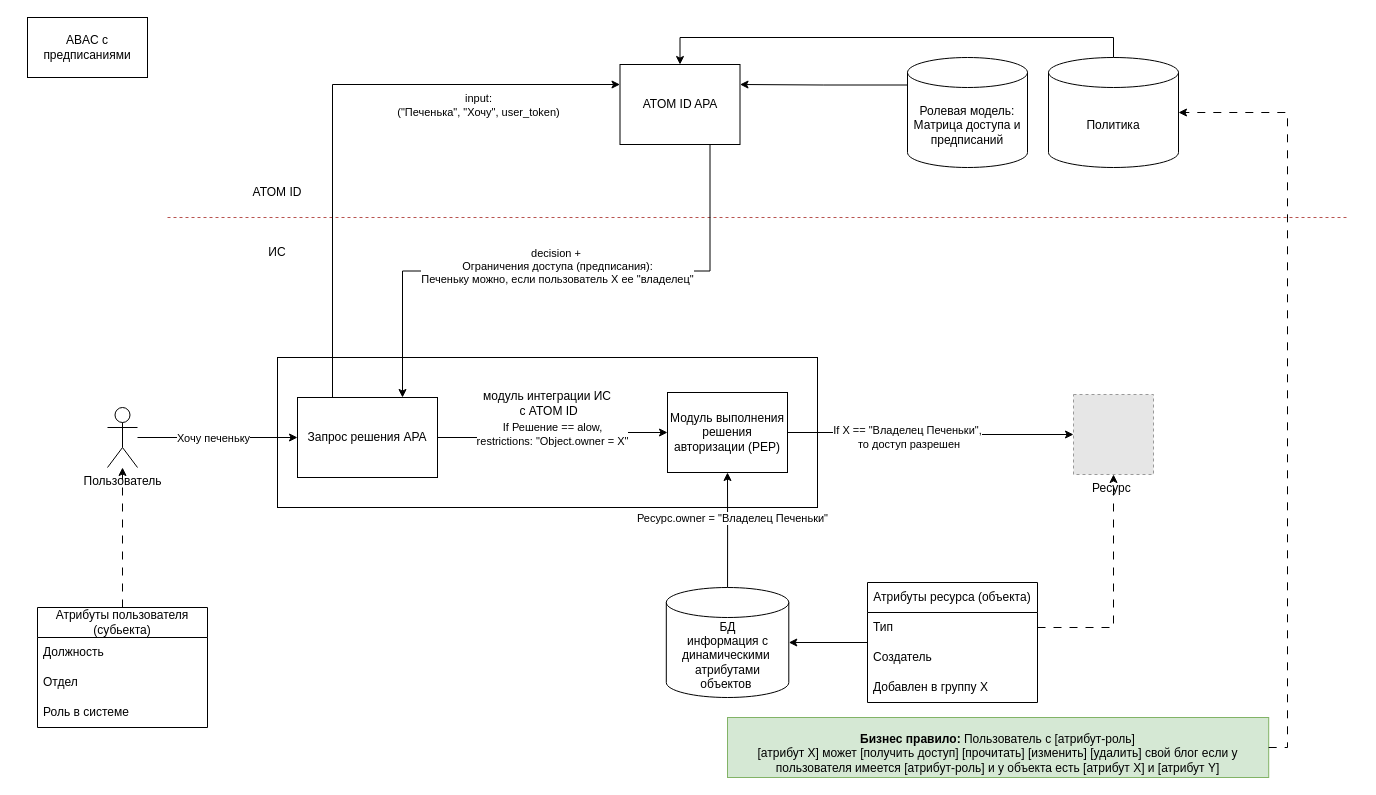
This is page "АРХ.AUTHZ.2" (2 of 4) of AppSec/Арх.паттерны.drawio from FIR-UIII/notes, a draw.io file, before an edit. Source tidied: cells renumbered, new cells numbered last; positions are measured from the earlier drawing's top-left corner, leaving out a move shared by most shapes. Both pictures are drawn from the tidied source at 100%, with x=0, y=0 at pixel (27, 17). Pictures stored in the file or linked from it are replaced by grey dashed boxes.
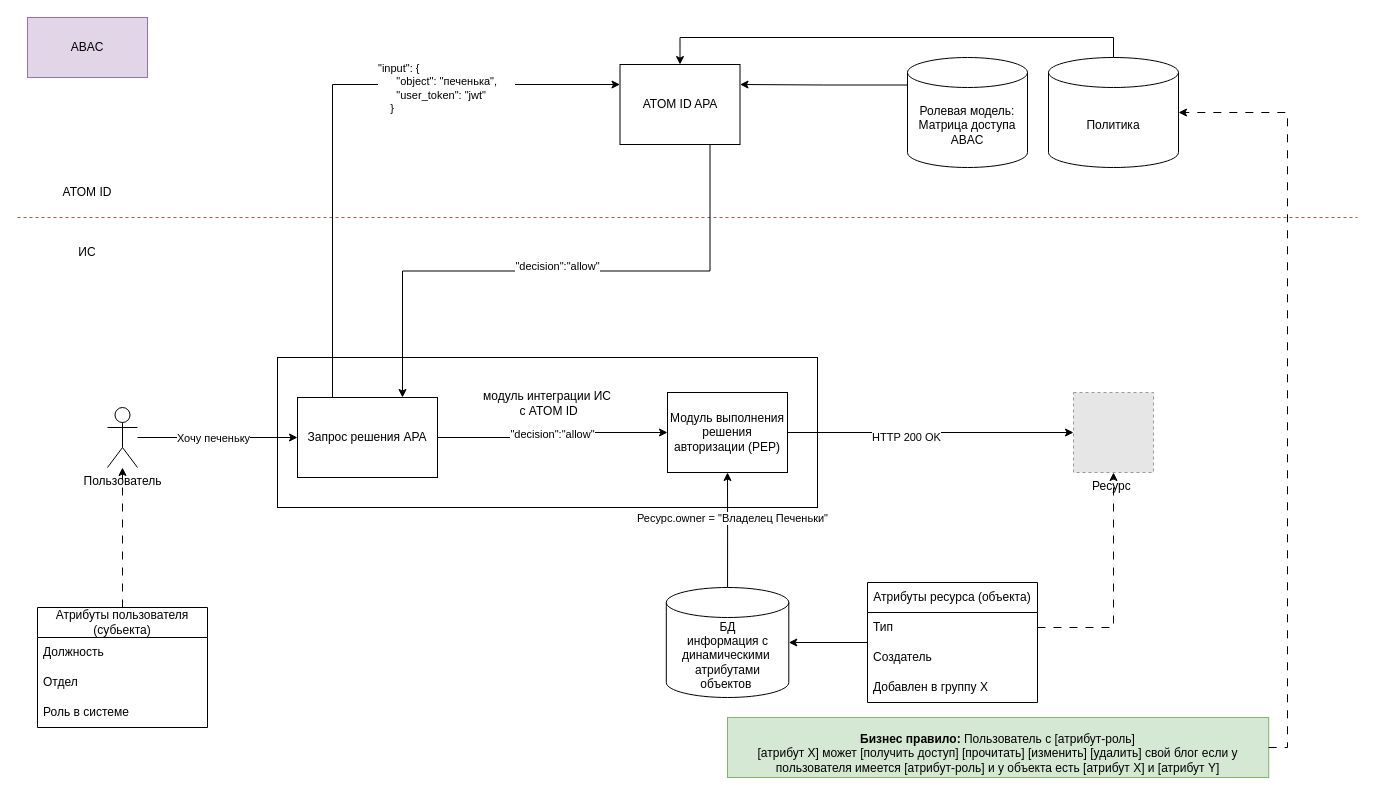
The same diagram, later.

The change refers to these unchanged cells:
```xml
<mxCell id="5" style="edgeStyle=orthogonalEdgeStyle;rounded=0;jettySize=auto;html=1;entryX=0;entryY=0.25;entryDx=0;entryDy=0;exitX=0.25;exitY=0;exitDx=0;exitDy=0;" parent="1" edge="1" source="32" target="10">
  <mxGeometry relative="1" as="geometry" />
</mxCell>
<mxCell id="7" value="Модуль выполнения решения авторизации (&lt;span style=&quot;background-color: initial;&quot;&gt;PEP)&lt;/span&gt;" style="rounded=0;whiteSpace=wrap;html=1;" parent="1" vertex="1">
  <mxGeometry x="640" y="375" width="120" height="80" as="geometry" />
</mxCell>
<mxCell id="8" style="edgeStyle=orthogonalEdgeStyle;rounded=0;jettySize=auto;html=1;exitX=0.75;exitY=1;exitDx=0;exitDy=0;entryX=0.75;entryY=0;entryDx=0;entryDy=0;" parent="1" edge="1" source="10" target="32">
  <mxGeometry relative="1" as="geometry" />
</mxCell>
<mxCell id="14" style="edgeStyle=orthogonalEdgeStyle;rounded=0;jettySize=auto;html=1;exitX=1;exitY=0.5;exitDx=0;exitDy=0;entryX=0;entryY=0.5;entryDx=0;entryDy=0;" parent="1" edge="1" source="7" target="16">
  <mxGeometry relative="1" as="geometry" />
</mxCell>
<mxCell id="32" value="Запрос решения APA" style="rounded=0;whiteSpace=wrap;html=1;" parent="1" vertex="1">
  <mxGeometry x="270" y="380" width="140" height="80" as="geometry" />
</mxCell>
```

What changed in the source:
```diff
@@
     <mxCell id="4" style="endArrow=none;dashed=1;html=1;rounded=0;fillColor=#f8cecc;strokeColor=#b85450;" parent="1" edge="1">
       <mxGeometry relative="1" as="geometry">
-        <mxPoint x="140" y="200" as="sourcePoint" />
-        <mxPoint x="1320" y="200" as="targetPoint" />
+        <mxPoint x="-10" y="200" as="sourcePoint" />
+        <mxPoint x="1330" y="200" as="targetPoint" />
       </mxGeometry>
     </mxCell>
@@
-    <mxCell id="6" value="input:&lt;br&gt;(&quot;Печенька&quot;, &quot;Хочу&quot;, user_token)" style="edgeLabel;html=1;align=center;verticalAlign=middle;" parent="5" vertex="1">
-      <mxGeometry x="-0.15" relative="1" as="geometry">
-        <mxPoint x="145" y="-38" as="offset" />
-      </mxGeometry>
-    </mxCell>
+    <mxCell id="41" value="&lt;span style=&quot;&quot;&gt;&quot;input&quot;: { &amp;nbsp; &amp;nbsp; &amp;nbsp;&lt;/span&gt;&lt;br style=&quot;&quot;&gt;&lt;span style=&quot;&quot;&gt;&amp;nbsp; &amp;nbsp; &amp;nbsp; &quot;object&quot;: &quot;печенька&quot;,&amp;nbsp; &amp;nbsp; &amp;nbsp;&amp;nbsp;&lt;/span&gt;&lt;br style=&quot;&quot;&gt;&lt;span style=&quot;&quot;&gt;&amp;nbsp; &amp;nbsp; &amp;nbsp; &quot;user_token&quot;: &quot;jwt&quot;&lt;/span&gt;&lt;br style=&quot;&quot;&gt;&lt;span style=&quot;&quot;&gt;&amp;nbsp; &amp;nbsp; }&lt;/span&gt;" style="edgeLabel;html=1;align=left;verticalAlign=middle;fontFamily=Helvetica;fontSize=11;fontColor=default;labelBackgroundColor=default;fillColor=none;gradientColor=none;" parent="5" vertex="1">
+      <mxGeometry x="0.37" y="-3" relative="1" as="geometry">
+        <mxPoint x="-54" as="offset" />
+      </mxGeometry>
+    </mxCell>
@@
-    <mxCell id="9" value="decision +&amp;nbsp;&lt;div&gt;Ограничения доступа (предписания):&lt;br&gt;Печеньку можно, если пользователь Х ее &quot;владелец&quot;&lt;/div&gt;" style="edgeLabel;html=1;align=center;verticalAlign=middle;labelBackgroundColor=default;" parent="8" vertex="1">
+    <mxCell id="9" value="&quot;decision&quot;:&quot;allow&quot;" style="edgeLabel;html=1;align=center;verticalAlign=middle;labelBackgroundColor=default;" parent="8" vertex="1">
       <mxGeometry x="0.16" relative="1" as="geometry">
         <mxPoint x="45" y="-5" as="offset" />
       </mxGeometry>
     </mxCell>
@@
-    <mxCell id="15" value="If X == &quot;Владелец Печеньки&quot;,&lt;br&gt;&amp;nbsp;то доступ разрешен" style="edgeLabel;html=1;align=center;verticalAlign=middle;" parent="14" vertex="1">
+    <mxCell id="15" value="HTTP 200 OK" style="edgeLabel;html=1;align=center;verticalAlign=middle;" parent="14" vertex="1">
       <mxGeometry x="-0.18" y="-4" relative="1" as="geometry">
         <mxPoint x="1" as="offset" />
       </mxGeometry>
     </mxCell>
     <mxCell id="16" value="Ресурс " style="fillColor=#E6E6E6;strokeColor=#999999;dashed=1;verticalLabelPosition=bottom;labelBackgroundColor=default;verticalAlign=top;" parent="1" vertex="1">
-      <mxGeometry x="1046" y="377" width="80" height="80" as="geometry" />
+      <mxGeometry x="1046" y="375" width="80" height="80" as="geometry" />
     </mxCell>
@@
-    <mxCell id="18" value="Ролевая модель:&lt;br&gt;Матрица доступа и предписаний" style="shape=cylinder3;whiteSpace=wrap;html=1;boundedLbl=1;backgroundOutline=1;size=15;" parent="1" vertex="1">
+    <mxCell id="18" value="Ролевая модель:&lt;br&gt;Матрица доступа ABAC" style="shape=cylinder3;whiteSpace=wrap;html=1;boundedLbl=1;backgroundOutline=1;size=15;" parent="1" vertex="1">
       <mxGeometry x="880" y="40" width="120" height="110" as="geometry" />
     </mxCell>
@@
     <mxCell id="28" value="ATOM ID" style="text;html=1;align=center;verticalAlign=middle;whiteSpace=wrap;rounded=0;" parent="1" vertex="1">
-      <mxGeometry x="220" y="160" width="60" height="30" as="geometry" />
+      <mxGeometry x="30" y="160" width="60" height="30" as="geometry" />
     </mxCell>
@@
-    <mxCell id="33" value="If Решение == alow, &lt;br&gt;restrictions: &quot;Object.owner = X&quot;" style="edgeStyle=orthogonalEdgeStyle;rounded=0;jettySize=auto;html=1;entryX=0;entryY=0.5;entryDx=0;entryDy=0;exitX=1;exitY=0.5;exitDx=0;exitDy=0;" parent="1" edge="1" source="32" target="7">
+    <mxCell id="33" value="&quot;decision&quot;:&quot;allow&quot;" style="edgeStyle=orthogonalEdgeStyle;rounded=0;jettySize=auto;html=1;entryX=0;entryY=0.5;entryDx=0;entryDy=0;exitX=1;exitY=0.5;exitDx=0;exitDy=0;" parent="1" edge="1" source="32" target="7">
       <mxGeometry relative="1" as="geometry" />
     </mxCell>
-    <mxCell id="34" value="ABAC c предписаниями" style="rounded=0;whiteSpace=wrap;html=1;" parent="1" vertex="1">
+    <mxCell id="34" value="ABAC" style="rounded=0;whiteSpace=wrap;html=1;fillColor=#e1d5e7;strokeColor=#9673a6;" parent="1" vertex="1">
       <mxGeometry width="120" height="60" as="geometry" />
     </mxCell>
@@
     <mxCell id="36" value="ИС" style="text;html=1;align=center;verticalAlign=middle;whiteSpace=wrap;rounded=0;" parent="1" vertex="1">
-      <mxGeometry x="220" y="220" width="60" height="30" as="geometry" />
+      <mxGeometry x="30" y="220" width="60" height="30" as="geometry" />
     </mxCell>
```
